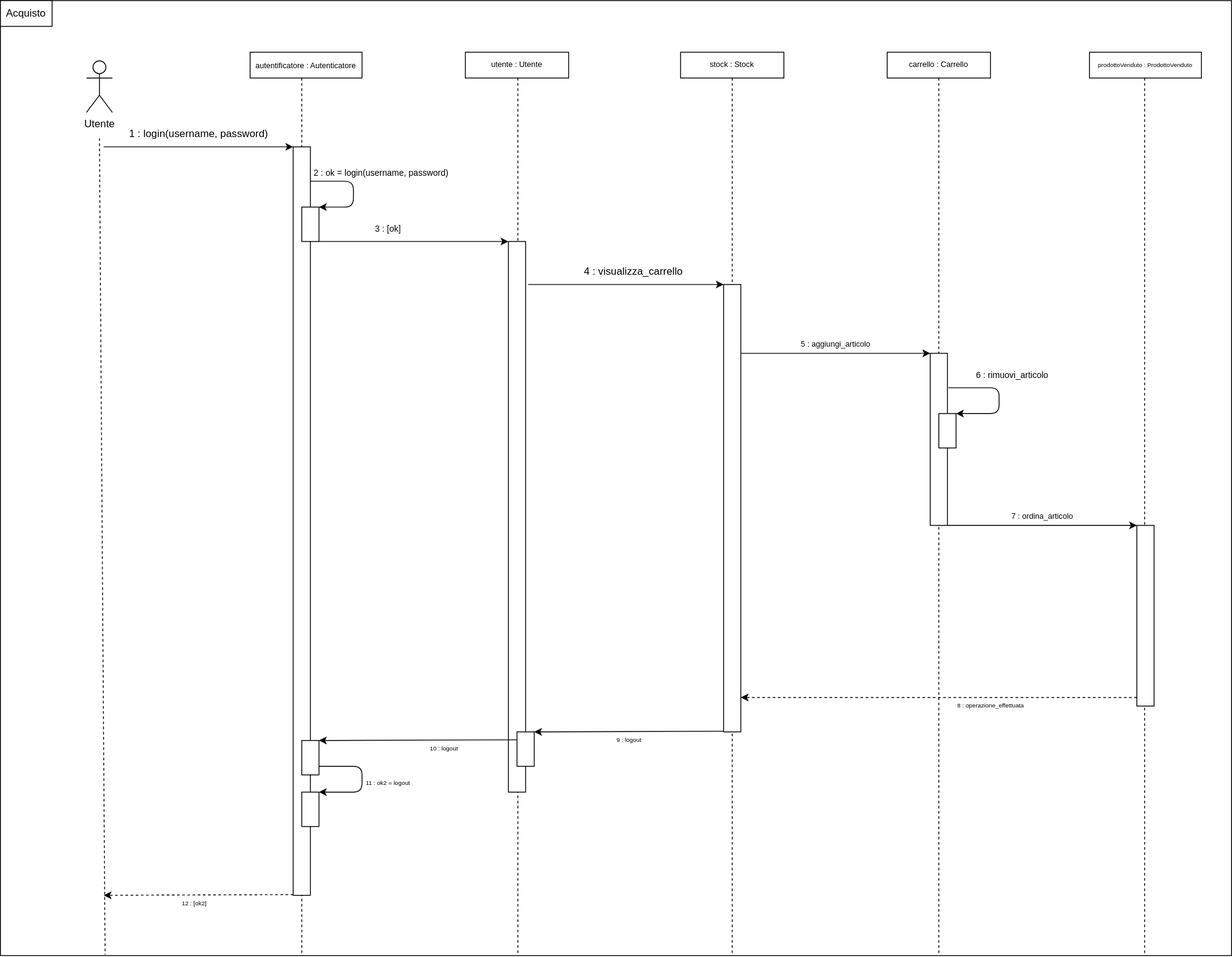
This is diagrammi/sequenza/acquisto.drawio.svg from MickTK/ProgettoFinaleISW, a draw.io export, as it was before one commit. Source tidied: cells renumbered, new cells last; positions are measured from the earlier drawing's top-left corner, leaving out a move shared by most shapes.
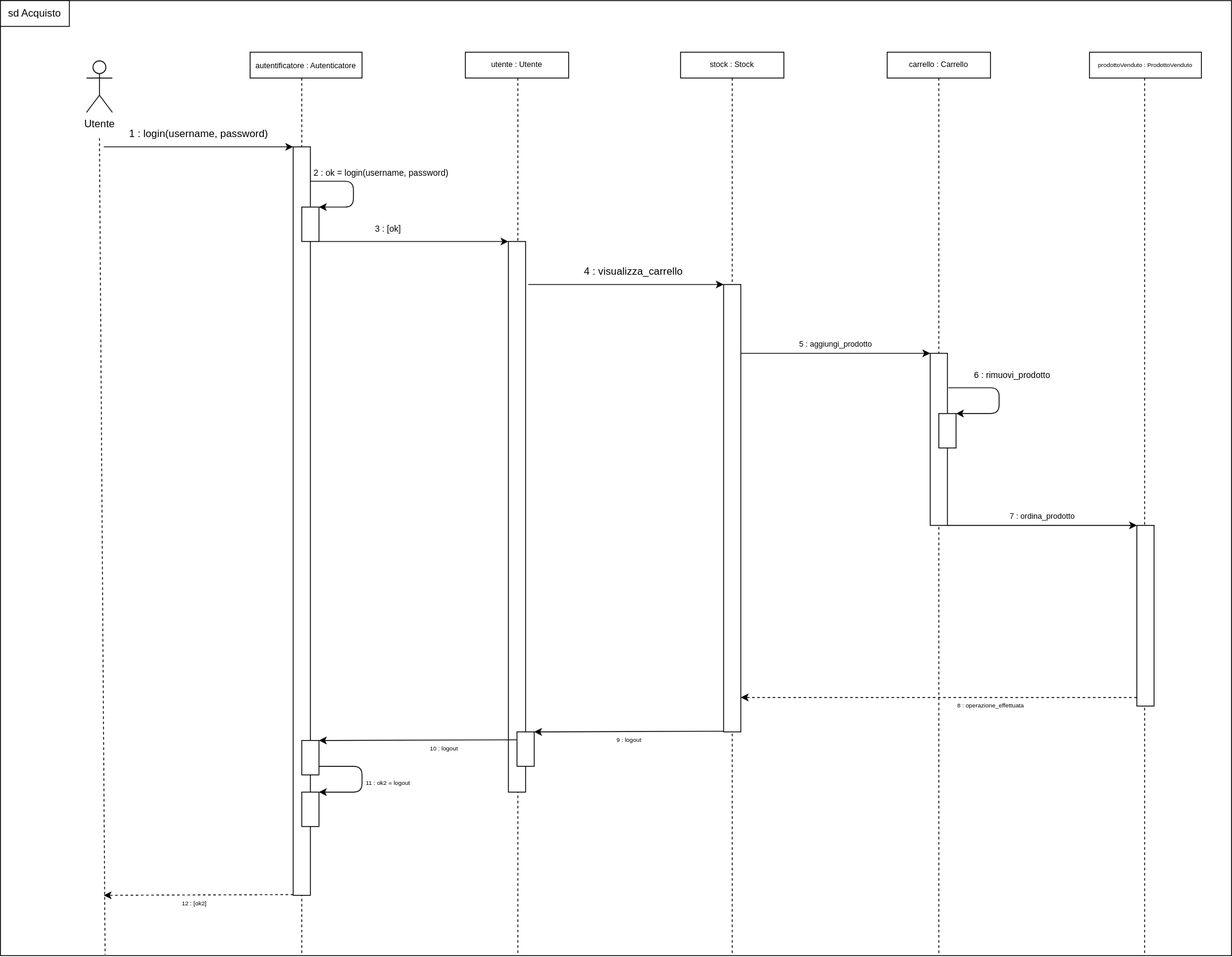
Above is the later version.

Commit message:
Diagramma Sequenza Vendita

What changed in the source:
```diff
@@ -43,8 +43,8 @@
     <mxCell id="9" value="Utente" style="shape=umlActor;verticalLabelPosition=bottom;verticalAlign=top;html=1;" parent="1" vertex="1">
       <mxGeometry x="100" y="70" width="30" height="60" as="geometry" />
     </mxCell>
-    <mxCell id="10" value="Acquisto" style="rounded=0;whiteSpace=wrap;html=1;" parent="1" vertex="1">
-      <mxGeometry width="60" height="30" as="geometry" />
+    <mxCell id="10" value="sd Acquisto" style="rounded=0;whiteSpace=wrap;html=1;" parent="1" vertex="1">
+      <mxGeometry width="80" height="30" as="geometry" />
     </mxCell>
     <mxCell id="11" style="edgeStyle=none;html=1;endArrow=classic;endFill=1;" parent="1" edge="1">
       <mxGeometry relative="1" as="geometry">
@@ -115,7 +115,7 @@
     <mxCell id="25" style="rounded=0;whiteSpace=wrap;html=1;fontSize=10;" parent="1" vertex="1">
       <mxGeometry x="1090" y="480" width="20" height="40" as="geometry" />
     </mxCell>
-    <mxCell id="26" value="6 : rimuovi_articolo" style="text;html=1;align=center;verticalAlign=middle;strokeColor=none;fillColor=none;fontSize=10;" parent="1" vertex="1">
+    <mxCell id="26" value="6 : rimuovi_prodotto" style="text;html=1;align=center;verticalAlign=middle;strokeColor=none;fillColor=none;fontSize=10;" parent="1" vertex="1">
       <mxGeometry x="1120" y="420" width="110" height="30" as="geometry" />
     </mxCell>
     <mxCell id="27" style="edgeStyle=none;html=1;endArrow=classic;endFill=1;entryX=0;entryY=0;entryDx=0;entryDy=0;" parent="1" edge="1">
@@ -179,10 +179,10 @@
     <mxCell id="40" value="carrello : Carrello" style="rounded=0;whiteSpace=wrap;html=1;fontSize=9;" parent="1" vertex="1">
       <mxGeometry x="1030" y="60" width="120" height="30" as="geometry" />
     </mxCell>
-    <mxCell id="41" value="5 : aggiungi_articolo" style="text;html=1;align=center;verticalAlign=middle;strokeColor=none;fillColor=none;fontSize=9;" parent="1" vertex="1">
-      <mxGeometry x="920" y="390" width="100" height="20" as="geometry" />
+    <mxCell id="41" value="5 : aggiungi_prodotto" style="text;html=1;align=center;verticalAlign=middle;strokeColor=none;fillColor=none;fontSize=9;" parent="1" vertex="1">
+      <mxGeometry x="915" y="390" width="110" height="20" as="geometry" />
     </mxCell>
-    <mxCell id="42" value="7 : ordina_articolo" style="text;html=1;align=center;verticalAlign=middle;strokeColor=none;fillColor=none;fontSize=9;" parent="1" vertex="1">
+    <mxCell id="42" value="7 : ordina_prodotto" style="text;html=1;align=center;verticalAlign=middle;strokeColor=none;fillColor=none;fontSize=9;" parent="1" vertex="1">
       <mxGeometry x="1160" y="590" width="100" height="20" as="geometry" />
     </mxCell>
     <mxCell id="43" value="&lt;font style=&quot;font-size: 7px;&quot;&gt;prodottoVenduto : ProdottoVenduto&lt;/font&gt;" style="rounded=0;whiteSpace=wrap;html=1;fontSize=9;" parent="1" vertex="1">
```
